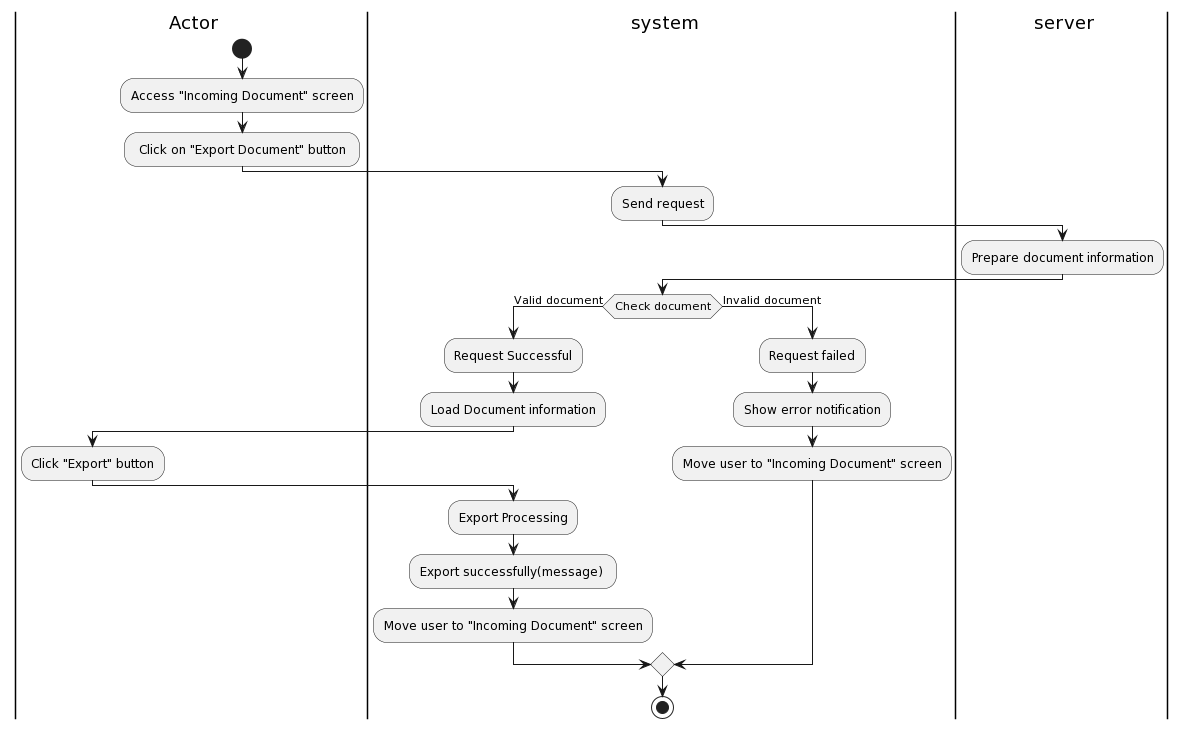
The PlantUML diagram Lab1/Lab1.2/Activity Diagram/IncomingDocument/ExportIncomingDocument/ExportIncomingDocument.png in khoapham1003/SE357-Pratice-class, before a commit.
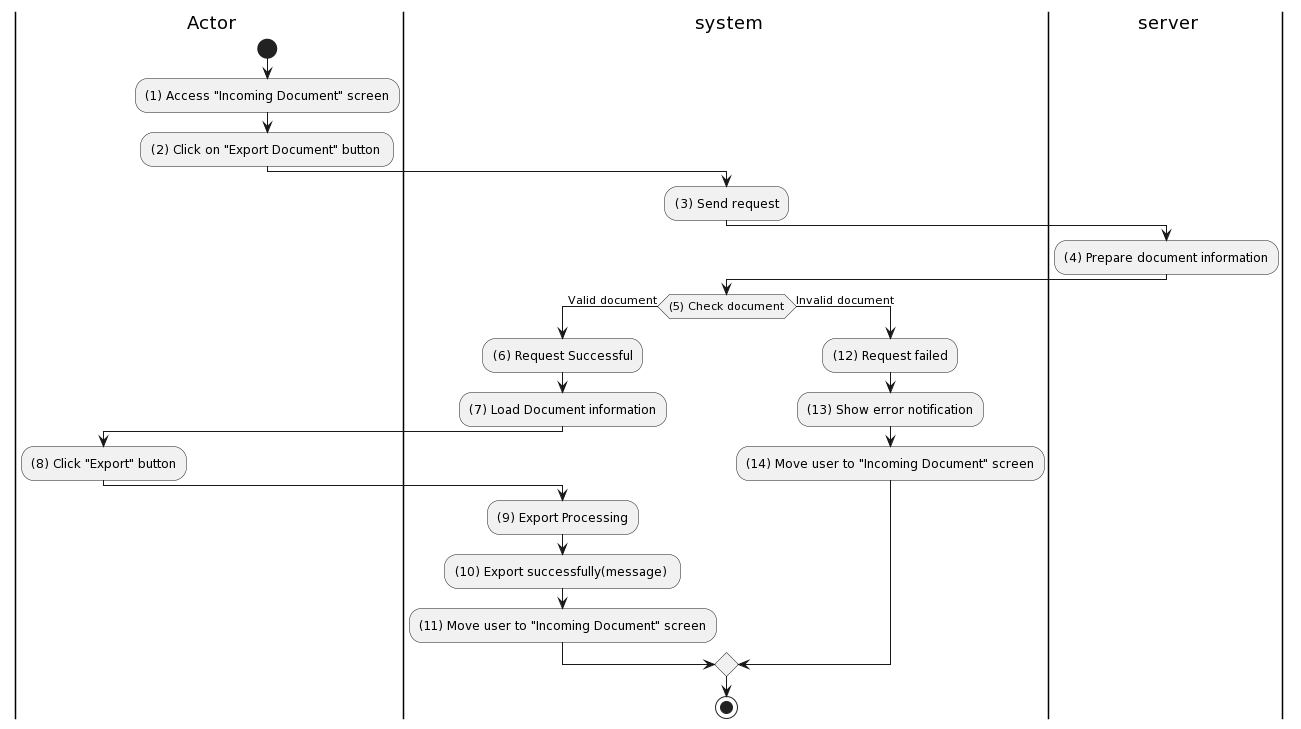
The same diagram one commit later.

Change to the diagram source:
```diff
@@ -4,26 +4,26 @@
 |ser| server
 |a|
 start
-:Access "Incoming Document" screen;
-: Click on "Export Document" button ;
+:(1) Access "Incoming Document" screen;
+:(2) Click on "Export Document" button ;
 |sys|
-:Send request;
+:(3) Send request;
 |ser|
-:Prepare document information;
+:(4) Prepare document information;
 |sys|
-if (Check document) then (Valid document)
-:Request Successful;
-:Load Document information;
+if ((5) Check document) then (Valid document)
+:(6) Request Successful;
+:(7) Load Document information;
 |a|
-:Click "Export" button;
+:(8) Click "Export" button;
 |sys|
-:Export Processing;
-:Export successfully(message) ;
-:Move user to "Incoming Document" screen;
+:(9) Export Processing;
+:(10) Export successfully(message) ;
+:(11) Move user to "Incoming Document" screen;
 else (Invalid document)
-:Request failed;
-:Show error notification;
-:Move user to "Incoming Document" screen;
+:(12) Request failed;
+:(13) Show error notification;
+:(14) Move user to "Incoming Document" screen;
 endif
 
 
```
